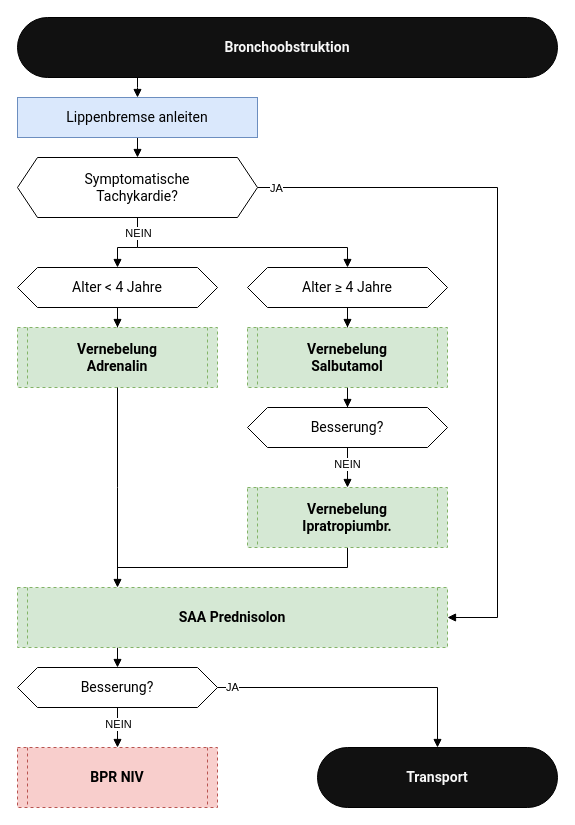
Before: assets/flows/obstruktion.drawio in steiiin/notsan-app, a draw.io diagram. Source tidied: cells renumbered, new cells numbered last; positions are measured from the earlier drawing's top-left corner, leaving out a move shared by most shapes. Both pictures are drawn from the tidied source at 100%, with x=0, y=0 at pixel (17, 17).
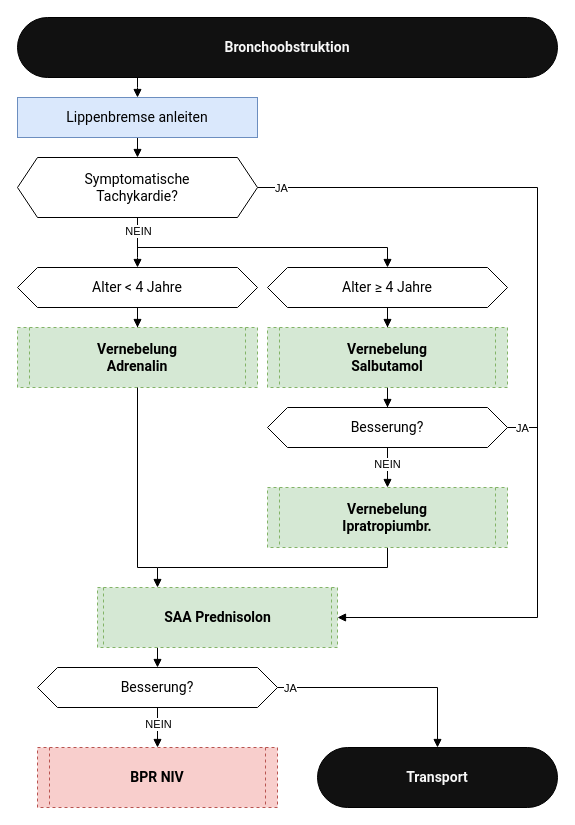
Above is the later version.

The change refers to these unchanged cells:
```xml
<mxCell id="11" value="Symptomatische&lt;div&gt;Tachykardie?&lt;/div&gt;" style="shape=hexagon;perimeter=hexagonPerimeter2;whiteSpace=wrap;html=1;fixedSize=1;fontSize=14;fontFamily=&quot;Roboto&quot;, &quot;Helvetica Neue&quot;, sans-serif;size=20;fontColor=default;labelBackgroundColor=none;" parent="1" vertex="1">
  <mxGeometry y="140" width="240" height="60" as="geometry" />
</mxCell>
<mxCell id="29" style="edgeStyle=orthogonalEdgeStyle;shape=connector;rounded=0;jettySize=auto;html=1;strokeColor=default;align=center;verticalAlign=middle;fontFamily=Helvetica;fontSize=11;fontColor=default;labelBackgroundColor=default;endArrow=block;endFill=1;" parent="1" edge="1" source="31" target="33">
  <mxGeometry relative="1" as="geometry" />
</mxCell>
```

Diff of the diagram source:
```diff
@@
     <mxCell id="6" style="edgeStyle=orthogonalEdgeStyle;rounded=0;jettySize=auto;html=1;endArrow=block;endFill=1;entryX=0.5;entryY=0;entryDx=0;entryDy=0;" parent="1" edge="1" source="11" target="13">
       <mxGeometry relative="1" as="geometry">
         <Array as="points">
-          <mxPoint x="120" y="230" />
-          <mxPoint x="100" y="230" />
+          <mxPoint x="120" y="240" />
+          <mxPoint x="120" y="240" />
         </Array>
       </mxGeometry>
     </mxCell>
@@
     <mxCell id="8" style="edgeStyle=orthogonalEdgeStyle;shape=connector;rounded=0;jettySize=auto;html=1;entryX=0.5;entryY=0;entryDx=0;entryDy=0;strokeColor=default;align=center;verticalAlign=middle;fontFamily=Helvetica;fontSize=11;fontColor=default;labelBackgroundColor=default;endArrow=block;endFill=1;" parent="1" edge="1" target="15">
       <mxGeometry relative="1" as="geometry">
         <mxPoint x="120" y="230" as="sourcePoint" />
         <Array as="points">
-          <mxPoint x="330" y="230" />
+          <mxPoint x="370" y="230" />
         </Array>
       </mxGeometry>
     </mxCell>
     <mxCell id="9" style="edgeStyle=orthogonalEdgeStyle;shape=connector;rounded=0;jettySize=auto;html=1;strokeColor=default;align=center;verticalAlign=middle;fontFamily=Helvetica;fontSize=11;fontColor=default;labelBackgroundColor=default;endArrow=block;endFill=1;entryX=1;entryY=0.5;entryDx=0;entryDy=0;" parent="1" edge="1" source="11" target="25">
       <mxGeometry relative="1" as="geometry">
         <Array as="points">
-          <mxPoint x="480" y="170" />
-          <mxPoint x="480" y="600" />
+          <mxPoint x="520" y="170" />
+          <mxPoint x="520" y="600" />
         </Array>
       </mxGeometry>
     </mxCell>
@@
     <mxCell id="13" value="Alter &amp;lt; 4 Jahre" style="shape=hexagon;perimeter=hexagonPerimeter2;whiteSpace=wrap;html=1;fixedSize=1;fontSize=14;fontFamily=&quot;Roboto&quot;, &quot;Helvetica Neue&quot;, sans-serif;size=20;fontColor=default;labelBackgroundColor=none;" parent="1" vertex="1">
-      <mxGeometry y="250" width="200" height="40" as="geometry" />
+      <mxGeometry y="250" width="240" height="40" as="geometry" />
     </mxCell>
@@
     <mxCell id="15" value="Alter&amp;nbsp;&lt;span style=&quot;-webkit-line-clamp: 3;&quot; class=&quot;kY2IgmnCmOGjharHErah&quot;&gt;≥&lt;/span&gt;&amp;nbsp;4 Jahre" style="shape=hexagon;perimeter=hexagonPerimeter2;whiteSpace=wrap;html=1;fixedSize=1;fontSize=14;fontFamily=&quot;Roboto&quot;, &quot;Helvetica Neue&quot;, sans-serif;size=20;fontColor=default;labelBackgroundColor=none;" parent="1" vertex="1">
-      <mxGeometry x="230" y="250" width="200" height="40" as="geometry" />
+      <mxGeometry x="250" y="250" width="240" height="40" as="geometry" />
     </mxCell>
     <mxCell id="16" value="Vernebelung&lt;div&gt;Adrenalin&lt;/div&gt;" style="shape=process;whiteSpace=wrap;html=1;backgroundOutline=1;size=0.05;fillColor=#d5e8d4;strokeColor=#82b366;fontFamily=&quot;Roboto&quot;, &quot;Helvetica Neue&quot;, sans-serif;fontStyle=1;fontSize=14;textShadow=0;dashed=1;fontColor=default;labelBackgroundColor=none;" parent="1" vertex="1">
-      <mxGeometry y="310" width="200" height="60" as="geometry" />
+      <mxGeometry y="310" width="240" height="60" as="geometry" />
     </mxCell>
@@
     <mxCell id="18" value="Vernebelung&lt;br&gt;Salbutamol" style="shape=process;whiteSpace=wrap;html=1;backgroundOutline=1;size=0.05;fillColor=#d5e8d4;strokeColor=#82b366;fontFamily=&quot;Roboto&quot;, &quot;Helvetica Neue&quot;, sans-serif;fontStyle=1;fontSize=14;textShadow=0;dashed=1;fontColor=default;labelBackgroundColor=none;" parent="1" vertex="1">
-      <mxGeometry x="230" y="310" width="200" height="60" as="geometry" />
+      <mxGeometry x="250" y="310" width="240" height="60" as="geometry" />
     </mxCell>
@@
+    <mxCell id="34" style="edgeStyle=orthogonalEdgeStyle;shape=connector;rounded=0;jettySize=auto;html=1;strokeColor=default;align=center;verticalAlign=middle;fontFamily=Helvetica;fontSize=11;fontColor=default;labelBackgroundColor=default;endArrow=none;endFill=0;exitX=1;exitY=0.5;exitDx=0;exitDy=0;" parent="1" edge="1" source="21">
+      <mxGeometry relative="1" as="geometry">
+        <mxPoint x="520" y="410" as="targetPoint" />
+        <Array as="points">
+          <mxPoint x="500" y="410" />
+          <mxPoint x="500" y="410" />
+        </Array>
+      </mxGeometry>
+    </mxCell>
+    <mxCell id="35" value="JA" style="edgeLabel;html=1;align=center;verticalAlign=middle;fontFamily=Helvetica;fontSize=11;fontColor=default;labelBackgroundColor=default;" parent="34" vertex="1">
+      <mxGeometry x="-0.21" y="-5" relative="1" as="geometry">
+        <mxPoint x="2" y="-5" as="offset" />
+      </mxGeometry>
+    </mxCell>
     <mxCell id="21" value="Besserung?" style="shape=hexagon;perimeter=hexagonPerimeter2;whiteSpace=wrap;html=1;fixedSize=1;fontSize=14;fontFamily=&quot;Roboto&quot;, &quot;Helvetica Neue&quot;, sans-serif;size=20;fontColor=default;labelBackgroundColor=none;" parent="1" vertex="1">
-      <mxGeometry x="230" y="390" width="200" height="40" as="geometry" />
+      <mxGeometry x="250" y="390" width="240" height="40" as="geometry" />
     </mxCell>
-    <mxCell id="22" style="edgeStyle=orthogonalEdgeStyle;shape=connector;rounded=0;jettySize=auto;html=1;strokeColor=default;align=center;verticalAlign=middle;fontFamily=Helvetica;fontSize=11;fontColor=default;labelBackgroundColor=default;endArrow=none;endFill=0;" parent="1" edge="1" source="23">
+    <mxCell id="22" style="edgeStyle=orthogonalEdgeStyle;shape=connector;rounded=0;jettySize=auto;html=1;strokeColor=default;align=center;verticalAlign=middle;fontFamily=Helvetica;fontSize=11;fontColor=default;labelBackgroundColor=default;endArrow=none;endFill=0;exitX=0.5;exitY=1;exitDx=0;exitDy=0;" parent="1" edge="1" source="23">
       <mxGeometry relative="1" as="geometry">
-        <mxPoint x="100" y="550" as="targetPoint" />
+        <mxPoint x="140" y="550" as="targetPoint" />
         <Array as="points">
-          <mxPoint x="330" y="550" />
+          <mxPoint x="370" y="550" />
         </Array>
       </mxGeometry>
     </mxCell>
     <mxCell id="23" value="Vernebelung&lt;br&gt;Ipratropiumbr." style="shape=process;whiteSpace=wrap;html=1;backgroundOutline=1;size=0.05;fillColor=#d5e8d4;strokeColor=#82b366;fontFamily=&quot;Roboto&quot;, &quot;Helvetica Neue&quot;, sans-serif;fontStyle=1;fontSize=14;textShadow=0;dashed=1;fontColor=default;labelBackgroundColor=none;" parent="1" vertex="1">
-      <mxGeometry x="230" y="470" width="200" height="60" as="geometry" />
+      <mxGeometry x="250" y="470" width="240" height="60" as="geometry" />
     </mxCell>
-    <mxCell id="24" style="edgeStyle=orthogonalEdgeStyle;shape=connector;rounded=0;jettySize=auto;html=1;entryX=0.5;entryY=0;entryDx=0;entryDy=0;strokeColor=default;align=center;verticalAlign=middle;fontFamily=Helvetica;fontSize=11;fontColor=default;labelBackgroundColor=default;endArrow=block;endFill=1;" parent="1" edge="1" target="31">
+    <mxCell id="24" style="edgeStyle=orthogonalEdgeStyle;shape=connector;rounded=0;orthogonalLoop=1;jettySize=auto;html=1;entryX=0.5;entryY=0;entryDx=0;entryDy=0;strokeColor=default;align=center;verticalAlign=middle;fontFamily=Helvetica;fontSize=11;fontColor=default;labelBackgroundColor=default;endArrow=block;endFill=1;" parent="1" edge="1">
       <mxGeometry relative="1" as="geometry">
-        <mxPoint x="100" y="630" as="sourcePoint" />
+        <mxPoint x="140" y="630" as="sourcePoint" />
+        <mxPoint x="140" y="650" as="targetPoint" />
       </mxGeometry>
     </mxCell>
     <mxCell id="25" value="SAA Prednisolon" style="shape=process;whiteSpace=wrap;html=1;backgroundOutline=1;size=0.023255813953488372;fillColor=#d5e8d4;strokeColor=#82b366;fontFamily=&quot;Roboto&quot;, &quot;Helvetica Neue&quot;, sans-serif;fontStyle=1;fontSize=14;textShadow=0;dashed=1;fontColor=default;labelBackgroundColor=none;" parent="1" vertex="1">
-      <mxGeometry y="570" width="430" height="60" as="geometry" />
+      <mxGeometry x="80" y="570" width="240" height="60" as="geometry" />
     </mxCell>
-    <mxCell id="26" style="edgeStyle=orthogonalEdgeStyle;shape=connector;rounded=0;jettySize=auto;html=1;strokeColor=default;align=center;verticalAlign=middle;fontFamily=Helvetica;fontSize=11;fontColor=default;labelBackgroundColor=default;endArrow=block;endFill=1;" parent="1" edge="1" source="16">
+    <mxCell id="26" style="edgeStyle=orthogonalEdgeStyle;shape=connector;rounded=0;jettySize=auto;html=1;strokeColor=default;align=center;verticalAlign=middle;fontFamily=Helvetica;fontSize=11;fontColor=default;labelBackgroundColor=default;endArrow=block;endFill=1;entryX=0.25;entryY=0;entryDx=0;entryDy=0;exitX=0.5;exitY=1;exitDx=0;exitDy=0;" parent="1" edge="1" source="16" target="25">
       <mxGeometry relative="1" as="geometry">
-        <mxPoint x="100" y="570" as="targetPoint" />
+        <Array as="points">
+          <mxPoint x="120" y="550" />
+          <mxPoint x="140" y="550" />
+        </Array>
       </mxGeometry>
     </mxCell>
@@
     <mxCell id="30" value="JA" style="edgeLabel;html=1;align=center;verticalAlign=middle;fontFamily=Helvetica;fontSize=11;fontColor=default;labelBackgroundColor=default;" parent="29" vertex="1">
-      <mxGeometry x="-0.9" y="1" relative="1" as="geometry" />
+      <mxGeometry x="-0.9" y="1" relative="1" as="geometry">
+        <mxPoint x="1" y="1" as="offset" />
+      </mxGeometry>
     </mxCell>
     <mxCell id="31" value="Besserung?" style="shape=hexagon;perimeter=hexagonPerimeter2;whiteSpace=wrap;html=1;fixedSize=1;fontSize=14;fontFamily=&quot;Roboto&quot;, &quot;Helvetica Neue&quot;, sans-serif;size=20;fontColor=default;labelBackgroundColor=none;" parent="1" vertex="1">
-      <mxGeometry y="650" width="200" height="40" as="geometry" />
+      <mxGeometry x="20" y="650" width="240" height="40" as="geometry" />
     </mxCell>
     <mxCell id="32" value="BPR NIV" style="shape=process;whiteSpace=wrap;html=1;backgroundOutline=1;size=0.05;fillColor=#f8cecc;strokeColor=#b85450;fontFamily=&quot;Roboto&quot;, &quot;Helvetica Neue&quot;, sans-serif;fontStyle=1;fontSize=14;textShadow=0;dashed=1;labelBackgroundColor=none;fontColor=default;" parent="1" vertex="1">
-      <mxGeometry y="730" width="200" height="60" as="geometry" />
+      <mxGeometry x="20" y="730" width="240" height="60" as="geometry" />
     </mxCell>
```
